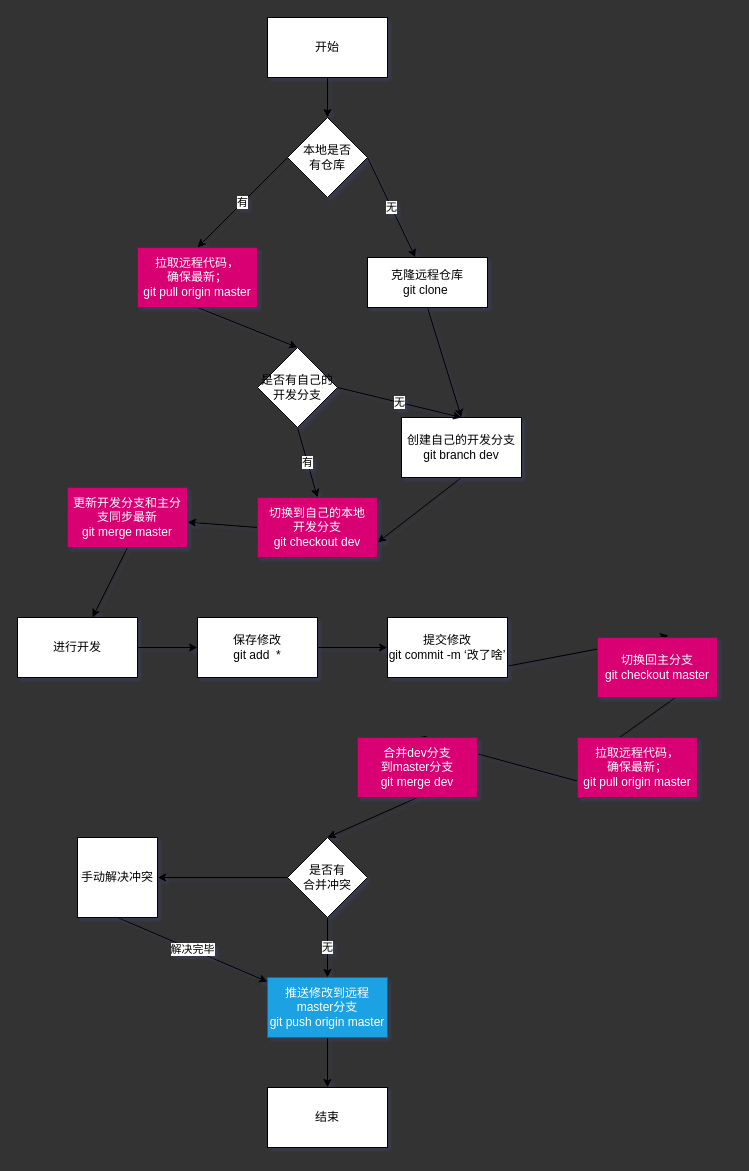
The draw.io diagram git.dio in 0x7A7A6572/primary-care-client, before the edit. Source tidied: cells renumbered, new cells numbered last; positions are measured from the earlier drawing's top-left corner, leaving out a move shared by most shapes. Both pictures are drawn from the tidied source at 100%, with x=0, y=0 at pixel (17, 17).
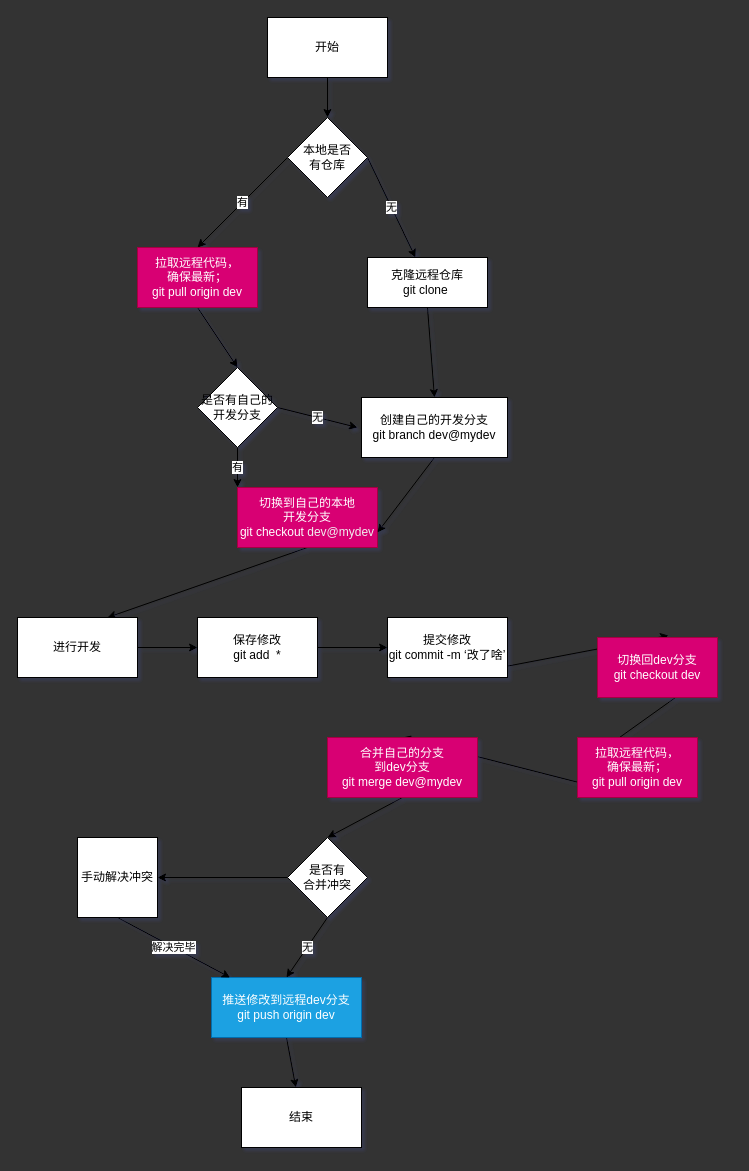
After the change.

Unchanged cells that the change refers to:
```xml
<mxCell id="19" value="进行开发" style="rounded=0;whiteSpace=wrap;html=1;" parent="1" vertex="1">
  <mxGeometry y="600" width="120" height="60" as="geometry" />
</mxCell>
```

Change to the diagram source:
```diff
@@
-    <mxCell id="8" value="拉取远程代码，&lt;br&gt;确保最新；&lt;br&gt;git pull origin master" style="rounded=0;whiteSpace=wrap;html=1;fillColor=#d80073;fontColor=#ffffff;strokeColor=#A50040;" parent="1" vertex="1">
+    <mxCell id="8" value="拉取远程代码，&lt;br&gt;确保最新；&lt;br&gt;git pull origin dev" style="rounded=0;whiteSpace=wrap;html=1;fillColor=#d80073;fontColor=#ffffff;strokeColor=#A50040;" parent="1" vertex="1">
       <mxGeometry x="120" y="230" width="120" height="60" as="geometry" />
     </mxCell>
@@
-    <mxCell id="11" style="edgeStyle=none;html=1;exitX=0;exitY=0.5;exitDx=0;exitDy=0;" parent="1" edge="1" source="12" target="39">
+    <mxCell id="11" style="edgeStyle=none;html=1;exitX=0.5;exitY=1;exitDx=0;exitDy=0;entryX=0.75;entryY=0;entryDx=0;entryDy=0;" parent="1" edge="1" source="12" target="19">
       <mxGeometry relative="1" as="geometry" />
     </mxCell>
-    <mxCell id="12" value="切换到自己的本地&lt;br&gt;开发分支&lt;br&gt;git checkout dev" style="rounded=0;whiteSpace=wrap;html=1;fillColor=#d80073;fontColor=#ffffff;strokeColor=#A50040;" parent="1" vertex="1">
-      <mxGeometry x="240" y="480" width="120" height="60" as="geometry" />
+    <mxCell id="12" value="切换到自己的本地&lt;br&gt;开发分支&lt;br&gt;git checkout&amp;nbsp;&lt;span style=&quot;color: rgb(240 , 240 , 240)&quot;&gt;dev@mydev&lt;/span&gt;" style="rounded=0;whiteSpace=wrap;html=1;fillColor=#d80073;fontColor=#ffffff;strokeColor=#A50040;" parent="1" vertex="1">
+      <mxGeometry x="220" y="470" width="140" height="60" as="geometry" />
     </mxCell>
@@
-    <mxCell id="14" value="创建自己的开发分支&lt;br&gt;git branch dev" style="rounded=0;whiteSpace=wrap;html=1;" parent="1" vertex="1">
-      <mxGeometry x="384" y="400" width="120" height="60" as="geometry" />
+    <mxCell id="14" value="创建自己的开发分支&lt;br&gt;git branch dev@mydev" style="rounded=0;whiteSpace=wrap;html=1;" parent="1" vertex="1">
+      <mxGeometry x="344" y="380" width="146" height="60" as="geometry" />
     </mxCell>
-    <mxCell id="15" value="无" style="edgeStyle=none;html=1;exitX=1;exitY=0.5;exitDx=0;exitDy=0;entryX=0.5;entryY=0;entryDx=0;entryDy=0;" parent="1" edge="1" source="17" target="14">
-      <mxGeometry relative="1" as="geometry" />
+    <mxCell id="15" value="无" style="edgeStyle=none;html=1;exitX=1;exitY=0.5;exitDx=0;exitDy=0;" parent="1" edge="1" source="17">
+      <mxGeometry relative="1" as="geometry">
+        <mxPoint x="340" y="410" as="targetPoint" />
+        <Array as="points">
+          <mxPoint x="340" y="410" />
+        </Array>
+      </mxGeometry>
     </mxCell>
-    <mxCell id="16" value="有" style="edgeStyle=none;html=1;exitX=0.5;exitY=1;exitDx=0;exitDy=0;entryX=0.5;entryY=0;entryDx=0;entryDy=0;" parent="1" edge="1" source="17" target="12">
+    <mxCell id="16" value="有" style="edgeStyle=none;html=1;exitX=0.5;exitY=1;exitDx=0;exitDy=0;entryX=0;entryY=0;entryDx=0;entryDy=0;" parent="1" edge="1" source="17" target="12">
       <mxGeometry relative="1" as="geometry" />
     </mxCell>
     <mxCell id="17" value="是否有自己的&lt;br&gt;开发分支" style="rhombus;whiteSpace=wrap;html=1;" parent="1" vertex="1">
-      <mxGeometry x="240" y="330" width="80" height="80" as="geometry" />
+      <mxGeometry x="180" y="350" width="80" height="80" as="geometry" />
     </mxCell>
@@
-    <mxCell id="25" value="切换回主分支&lt;br&gt;git checkout master" style="rounded=0;whiteSpace=wrap;html=1;fillColor=#d80073;fontColor=#ffffff;strokeColor=#A50040;" parent="1" vertex="1">
+    <mxCell id="25" value="切换回dev分支&lt;br&gt;git checkout dev" style="rounded=0;whiteSpace=wrap;html=1;fillColor=#d80073;fontColor=#ffffff;strokeColor=#A50040;" parent="1" vertex="1">
       <mxGeometry x="580" y="620" width="120" height="60" as="geometry" />
     </mxCell>
@@
-    <mxCell id="27" value="拉取远程代码，&lt;br&gt;确保最新；&lt;br&gt;git pull origin master" style="rounded=0;whiteSpace=wrap;html=1;fillColor=#d80073;fontColor=#ffffff;strokeColor=#A50040;" parent="1" vertex="1">
+    <mxCell id="27" value="拉取远程代码，&lt;br&gt;确保最新；&lt;br&gt;git pull origin dev" style="rounded=0;whiteSpace=wrap;html=1;fillColor=#d80073;fontColor=#ffffff;strokeColor=#A50040;" parent="1" vertex="1">
       <mxGeometry x="560" y="720" width="120" height="60" as="geometry" />
     </mxCell>
@@
-    <mxCell id="29" value="合并dev分支&lt;br&gt;到master分支&lt;br&gt;git merge dev" style="rounded=0;whiteSpace=wrap;html=1;fillColor=#d80073;fontColor=#ffffff;strokeColor=#A50040;" parent="1" vertex="1">
-      <mxGeometry x="340" y="720" width="120" height="60" as="geometry" />
+    <mxCell id="29" value="合并自己的分支&lt;br&gt;到dev分支&lt;br&gt;git merge dev@mydev" style="rounded=0;whiteSpace=wrap;html=1;fillColor=#d80073;fontColor=#ffffff;strokeColor=#A50040;" parent="1" vertex="1">
+      <mxGeometry x="310" y="720" width="150" height="60" as="geometry" />
     </mxCell>
@@
-    <mxCell id="34" value="推送修改到远程master分支&lt;br&gt;git push origin master" style="rounded=0;whiteSpace=wrap;html=1;fillColor=#1ba1e2;fontColor=#ffffff;strokeColor=#006EAF;" parent="1" vertex="1">
-      <mxGeometry x="250" y="960" width="120" height="60" as="geometry" />
+    <mxCell id="34" value="推送修改到远程dev分支&lt;br&gt;git push origin dev" style="rounded=0;whiteSpace=wrap;html=1;fillColor=#1ba1e2;fontColor=#ffffff;strokeColor=#006EAF;" parent="1" vertex="1">
+      <mxGeometry x="194" y="960" width="150" height="60" as="geometry" />
     </mxCell>
     <mxCell id="35" value="结束" style="rounded=0;whiteSpace=wrap;html=1;" parent="1" vertex="1">
-      <mxGeometry x="250" y="1070" width="120" height="60" as="geometry" />
+      <mxGeometry x="224" y="1070" width="120" height="60" as="geometry" />
     </mxCell>
@@
-    <mxCell id="38" style="edgeStyle=none;html=1;exitX=0.5;exitY=1;exitDx=0;exitDy=0;" parent="1" edge="1" source="39" target="19">
-      <mxGeometry relative="1" as="geometry" />
-    </mxCell>
-    <mxCell id="39" value="更新开发分支和主分支同步最新&lt;br&gt;git merge master" style="rounded=0;whiteSpace=wrap;html=1;fillColor=#d80073;fontColor=#ffffff;strokeColor=#A50040;" parent="1" vertex="1">
-      <mxGeometry x="50" y="470" width="120" height="60" as="geometry" />
-    </mxCell>
```
